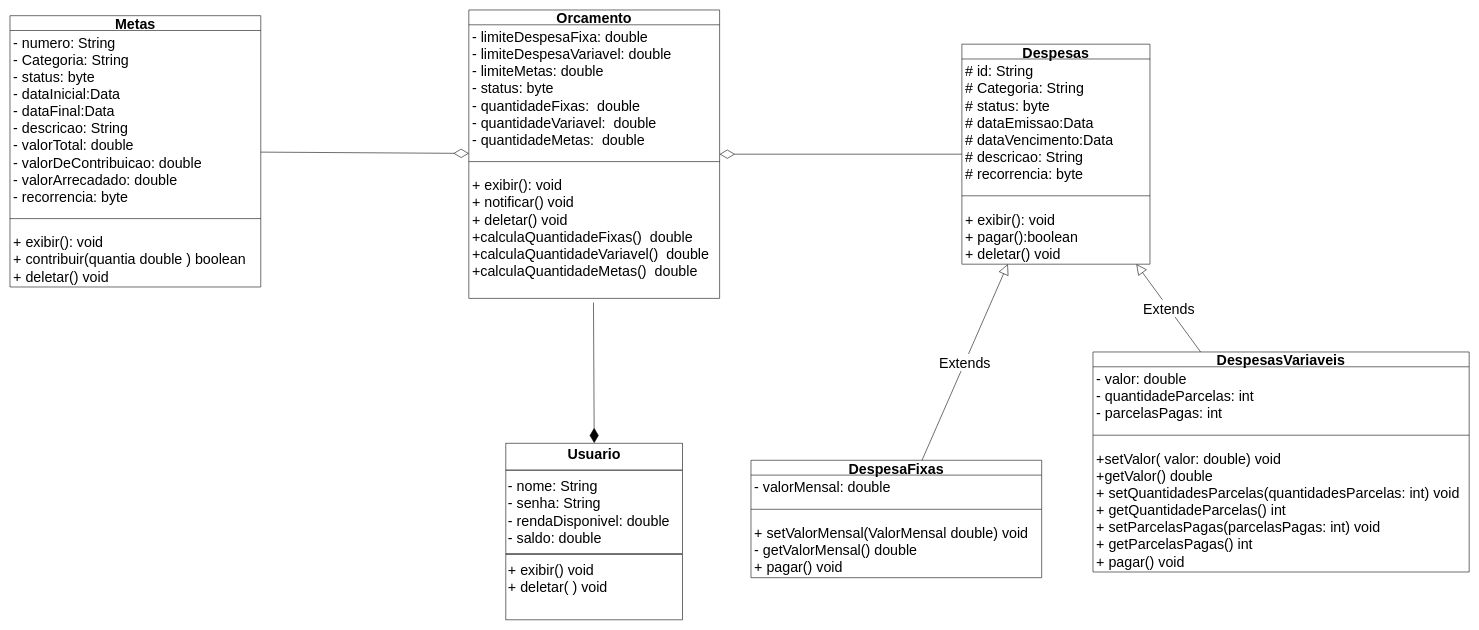
This is Diagrama de classe Controle-Financeiro.drawio from josevictoraraujorojas/Controle-Financeiro, a draw.io file, before an edit. Source tidied: cells renumbered, new cells numbered last; positions are measured from the earlier drawing's top-left corner, leaving out a move shared by most shapes. Both pictures are drawn from the tidied source at 57%, with x=0, y=0 at pixel (10, 10).
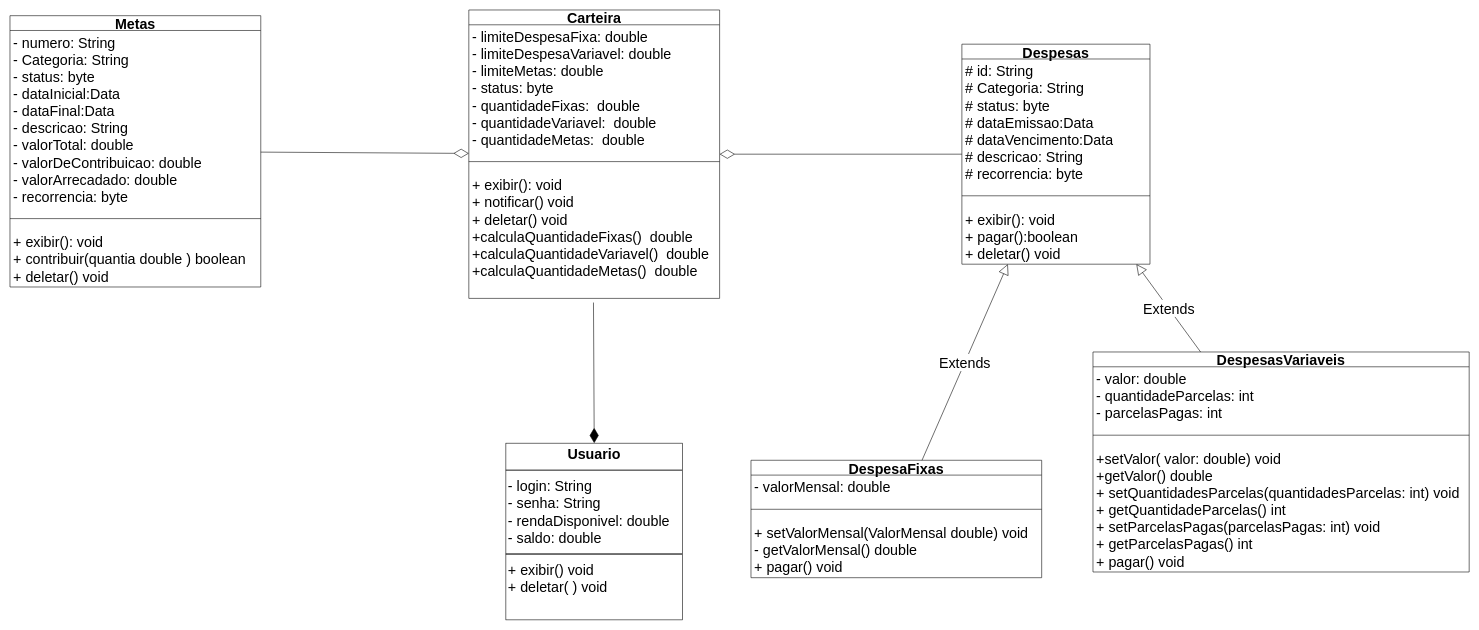
After the change.

The edit, as a diff of the source:
```diff
@@
-    <mxCell id="2" value="&lt;p style=&quot;margin: 4px 0px 0px; text-align: center; font-size: 25px;&quot;&gt;&lt;b style=&quot;font-size: 25px;&quot;&gt;Usuario&lt;/b&gt;&lt;/p&gt;&lt;hr style=&quot;border-style: solid; font-size: 25px;&quot;&gt;&lt;p style=&quot;margin: 0px 0px 0px 4px; font-size: 25px;&quot;&gt;- nome: String&lt;/p&gt;&lt;p style=&quot;margin: 0px 0px 0px 4px; font-size: 25px;&quot;&gt;- senha: String&lt;/p&gt;&lt;p style=&quot;margin: 0px 0px 0px 4px; font-size: 25px;&quot;&gt;- rendaDisponivel: double&lt;/p&gt;&lt;p style=&quot;margin: 0px 0px 0px 4px; font-size: 25px;&quot;&gt;- saldo: double&lt;/p&gt;&lt;hr style=&quot;border-style: solid; font-size: 25px;&quot;&gt;&lt;p style=&quot;margin: 0px 0px 0px 4px; font-size: 25px;&quot;&gt;+ exibir() void&amp;nbsp;&lt;/p&gt;&lt;p style=&quot;margin: 0px 0px 0px 4px; font-size: 25px;&quot;&gt;+ deletar( ) void&lt;/p&gt;" style="verticalAlign=top;align=left;overflow=fill;html=1;whiteSpace=wrap;fontSize=25;" parent="1" vertex="1">
+    <mxCell id="2" value="&lt;p style=&quot;margin: 4px 0px 0px; text-align: center; font-size: 25px;&quot;&gt;&lt;b style=&quot;font-size: 25px;&quot;&gt;Usuario&lt;/b&gt;&lt;/p&gt;&lt;hr style=&quot;border-style: solid; font-size: 25px;&quot;&gt;&lt;p style=&quot;margin: 0px 0px 0px 4px; font-size: 25px;&quot;&gt;- login: String&lt;/p&gt;&lt;p style=&quot;margin: 0px 0px 0px 4px; font-size: 25px;&quot;&gt;- senha: String&lt;/p&gt;&lt;p style=&quot;margin: 0px 0px 0px 4px; font-size: 25px;&quot;&gt;- rendaDisponivel: double&lt;/p&gt;&lt;p style=&quot;margin: 0px 0px 0px 4px; font-size: 25px;&quot;&gt;- saldo: double&lt;/p&gt;&lt;hr style=&quot;border-style: solid; font-size: 25px;&quot;&gt;&lt;p style=&quot;margin: 0px 0px 0px 4px; font-size: 25px;&quot;&gt;+ exibir() void&amp;nbsp;&lt;/p&gt;&lt;p style=&quot;margin: 0px 0px 0px 4px; font-size: 25px;&quot;&gt;+ deletar( ) void&lt;/p&gt;" style="verticalAlign=top;align=left;overflow=fill;html=1;whiteSpace=wrap;fontSize=25;" parent="1" vertex="1">
       <mxGeometry x="870" y="760" width="310" height="310" as="geometry" />
     </mxCell>
@@
-    <mxCell id="19" value="Orcamento" style="swimlane;fontStyle=1;align=center;verticalAlign=top;horizontal=1;startSize=26;whiteSpace=wrap;html=1;fontSize=25;spacingTop=-7;" parent="1" vertex="1">
+    <mxCell id="19" value="Carteira" style="swimlane;fontStyle=1;align=center;verticalAlign=top;horizontal=1;startSize=26;whiteSpace=wrap;html=1;fontSize=25;spacingTop=-7;" parent="1" vertex="1">
       <mxGeometry x="805" width="440" height="506" as="geometry" />
     </mxCell>
```
